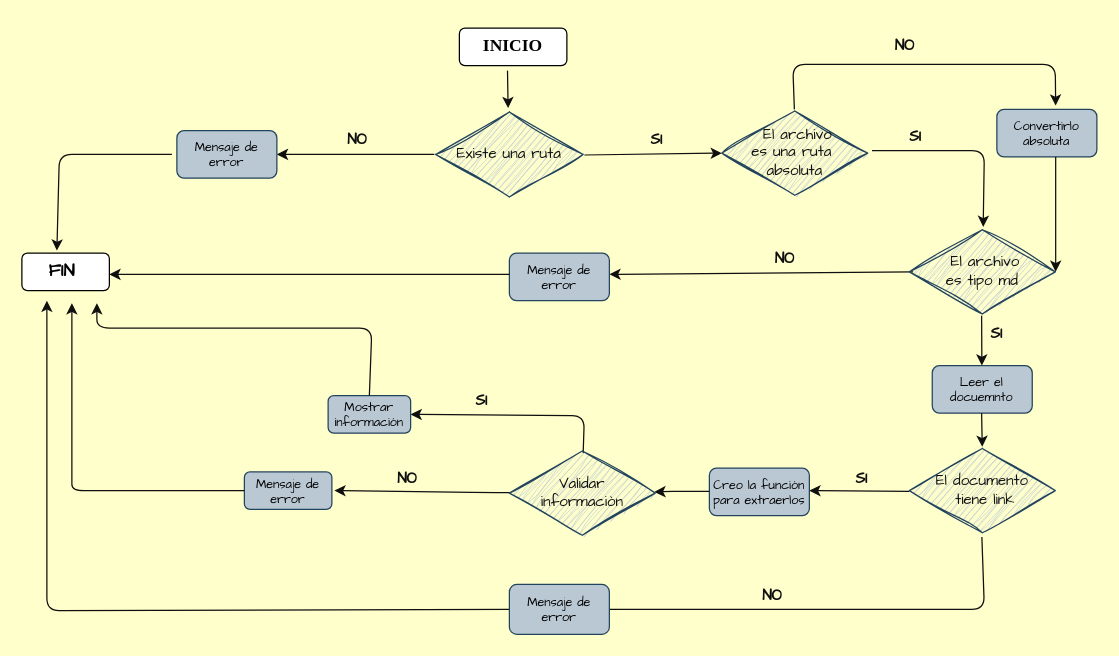
ErikaSuesca/DEV002-md-links keeps this draw.io diagram as diagrama.drawio. Above is the earlier version. Source tidied: cells renumbered, new cells numbered last; positions are measured from the earlier drawing's top-left corner, leaving out a move shared by most shapes. Both pictures are drawn from the tidied source at 125%, with x=0, y=0 at pixel (21, 28).
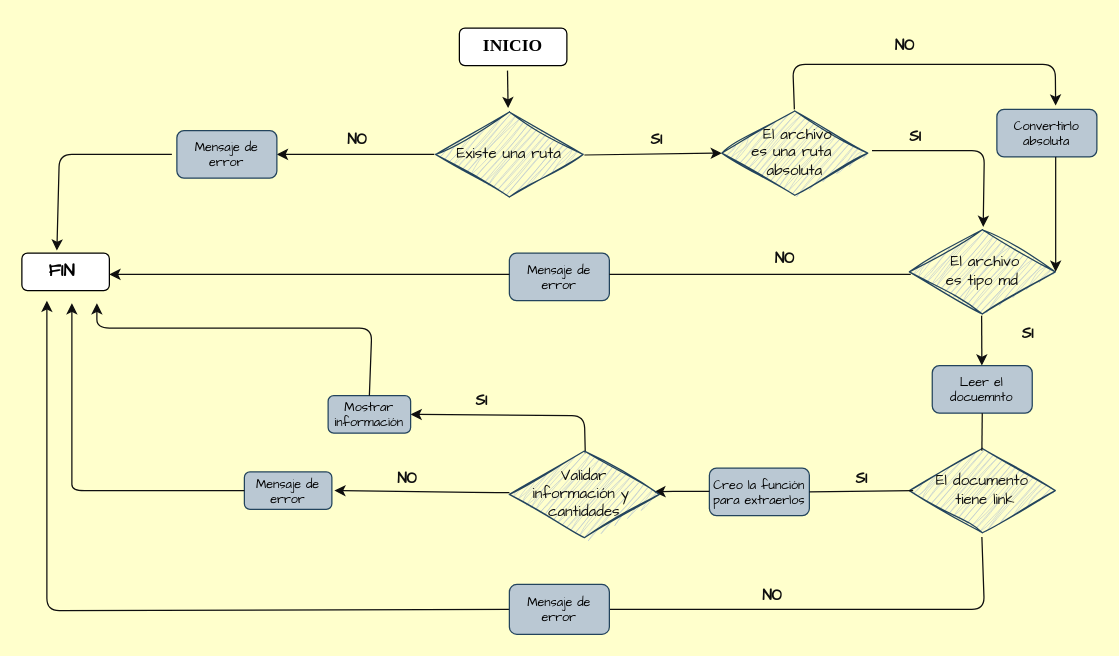
The same page after the edit.

Commit message:
Se hacen cambios en el diagrama de flujo

The change refers to these unchanged cells:
```xml
<mxCell id="13" value="Leer el docuemnto" style="rounded=1;whiteSpace=wrap;html=1;fontFamily=Comic Sans MS;fontSize=10;align=center;fillColor=#bac8d3;strokeColor=#23445d;fontColor=#000000;" parent="1" vertex="1">
  <mxGeometry x="728.3" y="270" width="80" height="38" as="geometry" />
</mxCell>
<mxCell id="18" value="Creo la función para extraerlos" style="rounded=1;whiteSpace=wrap;html=1;fontFamily=Comic Sans MS;fontSize=10;align=center;fillColor=#bac8d3;strokeColor=#23445d;fontColor=#000000;" parent="1" vertex="1">
  <mxGeometry x="550" y="352" width="80" height="38" as="geometry" />
</mxCell>
<mxCell id="34" value="&lt;div style=&quot;&quot;&gt;&lt;font color=&quot;#0f0f0f&quot;&gt;&amp;nbsp; El archivo&amp;nbsp;&lt;/font&gt;&lt;/div&gt;&lt;div style=&quot;&quot;&gt;&lt;font color=&quot;#0f0f0f&quot;&gt;es tipo md&lt;br&gt;&lt;/font&gt;&lt;/div&gt;" style="html=1;whiteSpace=wrap;shape=isoRectangle;sketch=1;hachureGap=4;jiggle=2;curveFitting=1;fontFamily=Comic Sans MS;fontSize=12;align=center;fillColor=#bac8d3;strokeColor=#23445d;" parent="1" vertex="1">
  <mxGeometry x="710" y="160" width="116.7" height="70" as="geometry" />
</mxCell>
<mxCell id="39" value="&lt;div style=&quot;&quot;&gt;&lt;font color=&quot;#0f0f0f&quot;&gt;El documento&lt;/font&gt;&lt;/div&gt;&lt;div style=&quot;&quot;&gt;&lt;font color=&quot;#0f0f0f&quot;&gt;&amp;nbsp;tiene link&lt;/font&gt;&lt;/div&gt;" style="html=1;whiteSpace=wrap;shape=isoRectangle;sketch=1;hachureGap=4;jiggle=2;curveFitting=1;fontFamily=Comic Sans MS;fontSize=12;align=center;fillColor=#bac8d3;strokeColor=#23445d;" parent="1" vertex="1">
  <mxGeometry x="710" y="335" width="116.7" height="70" as="geometry" />
</mxCell>
```

The edit, as a diff of the source:
```diff
@@
-    <mxCell id="14" style="endArrow=classic;html=1;strokeColor=#0F0F0F;fontFamily=Comic Sans MS;fontSize=14;exitX=0.026;exitY=0.471;exitDx=0;exitDy=0;exitPerimeter=0;entryX=1;entryY=0.5;entryDx=0;entryDy=0;" parent="1" edge="1">
-      <mxGeometry relative="1" as="geometry">
-        <mxPoint x="713" y="195" as="sourcePoint" />
-        <mxPoint x="470" y="197" as="targetPoint" />
-      </mxGeometry>
-    </mxCell>
@@
-    <mxCell id="17" style="endArrow=classic;html=1;strokeColor=#0F0F0F;fontFamily=Comic Sans MS;fontSize=14;" parent="1" edge="1">
-      <mxGeometry relative="1" as="geometry">
-        <mxPoint x="767.8" y="308" as="sourcePoint" />
-        <mxPoint x="768.3" y="335" as="targetPoint" />
-      </mxGeometry>
-    </mxCell>
@@
-    <mxCell id="19" style="edgeStyle=none;html=1;strokeColor=#0F0F0F;fontFamily=Comic Sans MS;fontSize=14;" parent="1" edge="1">
-      <mxGeometry relative="1" as="geometry">
-        <mxPoint x="710" y="370.5" as="sourcePoint" />
-        <mxPoint x="630" y="370" as="targetPoint" />
-      </mxGeometry>
-    </mxCell>
@@
+    <mxCell id="46" style="edgeStyle=none;rounded=0;sketch=1;hachureGap=4;jiggle=2;curveFitting=1;html=1;strokeColor=#000000;fontFamily=Comic Sans MS;fontSize=12;fontColor=#000000;" parent="1" edge="1" source="38" target="34">
+      <mxGeometry relative="1" as="geometry" />
+    </mxCell>
+    <mxCell id="47" style="edgeStyle=none;rounded=0;sketch=1;hachureGap=4;jiggle=2;curveFitting=1;html=1;strokeColor=#000000;fontFamily=Comic Sans MS;fontSize=12;fontColor=#000000;" parent="1" edge="1" source="38" target="34">
+      <mxGeometry relative="1" as="geometry" />
+    </mxCell>
+    <mxCell id="48" style="edgeStyle=none;rounded=0;sketch=1;hachureGap=4;jiggle=2;curveFitting=1;html=1;strokeColor=#000000;fontFamily=Comic Sans MS;fontSize=12;fontColor=#000000;" parent="1" edge="1" source="38" target="34">
+      <mxGeometry relative="1" as="geometry" />
+    </mxCell>
     <mxCell id="38" value="&lt;b&gt;SI&amp;nbsp;&lt;/b&gt;" style="text;html=1;align=center;verticalAlign=middle;points=[];strokeColor=none;fillColor=none;fontSize=12;fontFamily=Comic Sans MS;fontColor=#0F0F0F;sketch=1;hachureGap=4;jiggle=2;curveFitting=1;" parent="1" vertex="1">
-      <mxGeometry x="762" y="230" width="40" height="30" as="geometry" />
+      <mxGeometry x="786.7" y="230" width="40" height="30" as="geometry" />
     </mxCell>
@@
-    <mxCell id="42" value="&lt;div style=&quot;&quot;&gt;&lt;font color=&quot;#0f0f0f&quot;&gt;Validar&lt;/font&gt;&lt;/div&gt;&lt;div style=&quot;&quot;&gt;&lt;font color=&quot;#0f0f0f&quot;&gt;informaciòn&lt;/font&gt;&lt;/div&gt;" style="html=1;whiteSpace=wrap;shape=isoRectangle;sketch=1;hachureGap=4;jiggle=2;curveFitting=1;fontFamily=Comic Sans MS;fontSize=12;align=center;fillColor=#bac8d3;strokeColor=#23445d;gradientColor=none;" parent="1" vertex="1">
-      <mxGeometry x="390" y="337" width="116.7" height="70" as="geometry" />
+    <mxCell id="42" value="&lt;div style=&quot;&quot;&gt;&lt;font color=&quot;#0f0f0f&quot;&gt;Validar&lt;/font&gt;&lt;/div&gt;&lt;div style=&quot;&quot;&gt;&lt;font color=&quot;#0f0f0f&quot;&gt;información y&amp;nbsp;&lt;/font&gt;&lt;/div&gt;&lt;div style=&quot;&quot;&gt;&lt;font color=&quot;#0f0f0f&quot;&gt;cantidades&lt;/font&gt;&lt;/div&gt;" style="html=1;whiteSpace=wrap;shape=isoRectangle;sketch=1;hachureGap=4;jiggle=2;curveFitting=1;fontFamily=Comic Sans MS;fontSize=12;align=center;fillColor=#bac8d3;strokeColor=#23445d;gradientColor=none;" parent="1" vertex="1">
+      <mxGeometry x="390" y="337" width="120" height="72" as="geometry" />
     </mxCell>
@@
+    <mxCell id="49" style="endArrow=none;html=1;strokeColor=#0F0F0F;fontFamily=Comic Sans MS;fontSize=14;entryX=0.5;entryY=1;entryDx=0;entryDy=0;exitX=0.497;exitY=0.043;exitDx=0;exitDy=0;exitPerimeter=0;" parent="1" edge="1" source="39" target="13">
+      <mxGeometry relative="1" as="geometry" />
+    </mxCell>
+    <mxCell id="50" style="endArrow=none;html=1;strokeColor=#0F0F0F;fontFamily=Comic Sans MS;fontSize=14;entryX=0.026;entryY=0.5;entryDx=0;entryDy=0;entryPerimeter=0;exitX=1;exitY=0.5;exitDx=0;exitDy=0;" parent="1" edge="1" source="18" target="39">
+      <mxGeometry relative="1" as="geometry" />
+    </mxCell>
+    <mxCell id="51" style="endArrow=none;html=1;strokeColor=#0F0F0F;fontFamily=Comic Sans MS;fontSize=14;entryX=0.009;entryY=0.543;entryDx=0;entryDy=0;entryPerimeter=0;" parent="1" edge="1">
+      <mxGeometry relative="1" as="geometry">
+        <mxPoint x="470" y="197" as="sourcePoint" />
+        <mxPoint x="711.1" y="197" as="targetPoint" />
+      </mxGeometry>
+    </mxCell>
```
